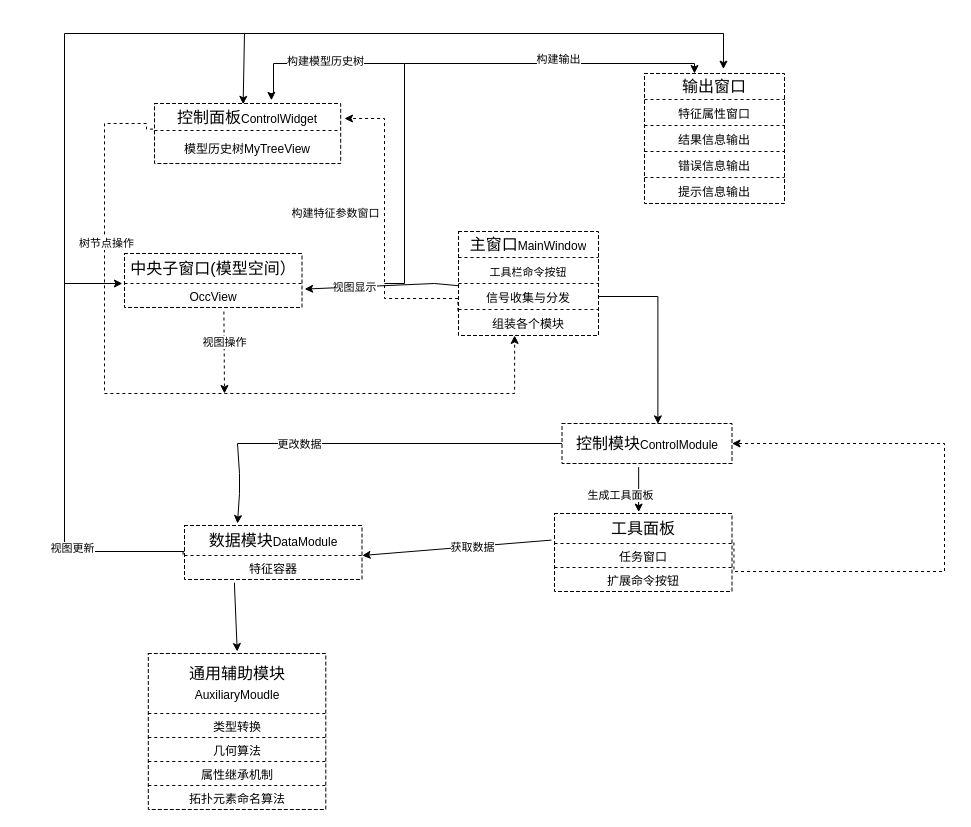
Above: mvc详解架构.drawio in liuhuliuhu123/First-test (draw.io), before the change. Source tidied: cells renumbered, new cells numbered last; positions are measured from the earlier drawing's top-left corner, leaving out a move shared by most shapes. Both pictures are drawn from the tidied source at 100%, with x=0, y=0 at pixel (64, 33).
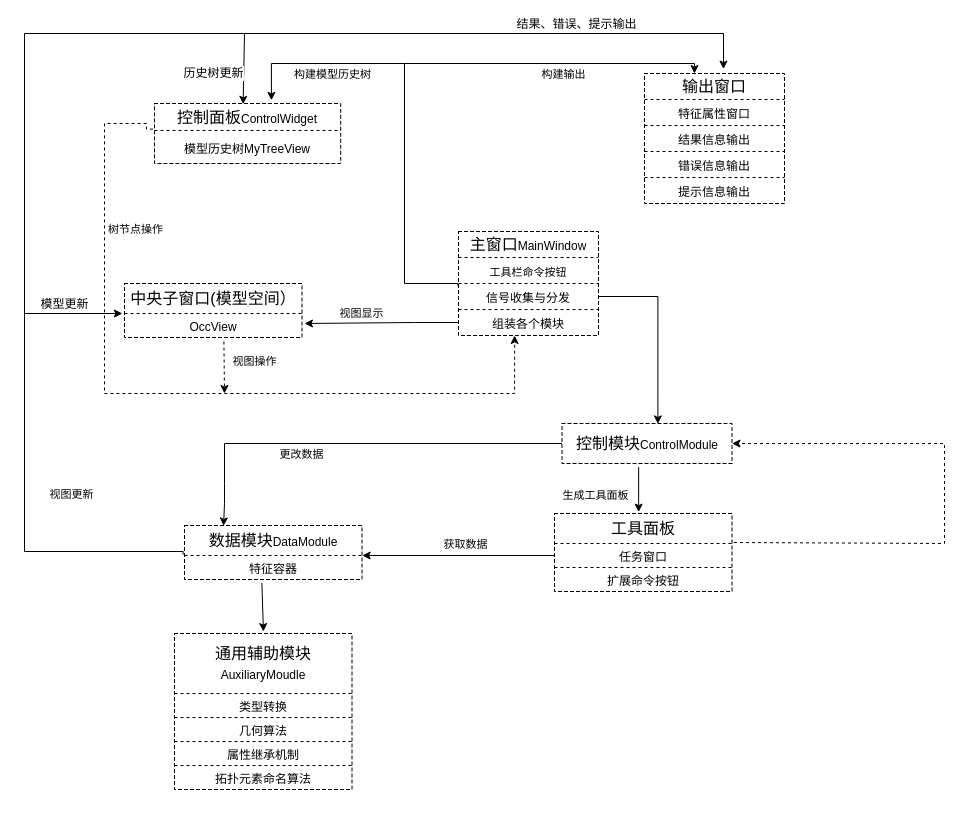
The same diagram, later.

Commit message (it also covers changes not shown here):
更新mvc详解架构.drawio

The change refers to these unchanged cells:
```xml
<mxCell id="7" style="endArrow=classic;html=1;rounded=0;edgeStyle=orthogonalEdgeStyle;entryX=0.357;entryY=0;entryDx=0;entryDy=0;entryPerimeter=0;" parent="1" edge="1" target="28">
  <mxGeometry relative="1" as="geometry">
    <mxPoint x="340" y="30" as="sourcePoint" />
    <Array as="points">
      <mxPoint x="630" y="30" />
    </Array>
  </mxGeometry>
</mxCell>
<mxCell id="9" style="endArrow=classic;html=1;rounded=0;edgeStyle=orthogonalEdgeStyle;dashed=1;entryX=0.401;entryY=1;entryDx=0;entryDy=0;entryPerimeter=0;exitX=-0.008;exitY=-0.042;exitDx=0;exitDy=0;exitPerimeter=0;" parent="1" edge="1" source="73" target="45">
  <mxGeometry relative="1" as="geometry">
    <Array as="points">
      <mxPoint x="82" y="90" />
      <mxPoint x="40" y="90" />
      <mxPoint x="40" y="360" />
      <mxPoint x="450" y="360" />
    </Array>
  </mxGeometry>
</mxCell>
<mxCell id="11" style="endArrow=classic;html=1;rounded=0;exitX=0.56;exitY=1.167;exitDx=0;exitDy=0;dashed=1;exitPerimeter=0;" parent="1" edge="1" source="68">
  <mxGeometry relative="1" as="geometry">
    <mxPoint x="160" y="360" as="targetPoint" />
  </mxGeometry>
</mxCell>
<mxCell id="18" style="endArrow=classic;html=1;rounded=0;exitX=0.451;exitY=1.09;exitDx=0;exitDy=0;entryX=0.474;entryY=-0.047;entryDx=0;entryDy=0;entryPerimeter=0;exitPerimeter=0;" parent="1" edge="1" source="81" target="59">
  <mxGeometry relative="1" as="geometry" />
</mxCell>
<mxCell id="26" style="endArrow=classic;html=1;rounded=0;entryX=0.476;entryY=0.03;entryDx=0;entryDy=0;entryPerimeter=0;" parent="1" edge="1" target="71">
  <mxGeometry relative="1" as="geometry">
    <mxPoint x="180" as="sourcePoint" />
  </mxGeometry>
</mxCell>
<mxCell id="28" style="shape=tableRow;horizontal=0;startSize=0;swimlaneHead=0;swimlaneBody=0;strokeColor=inherit;top=0;left=0;bottom=0;right=0;fillColor=none;points=[[0,0.5],[1,0.5]];portConstraint=eastwest;fontSize=16;" parent="27" vertex="1">
  <mxGeometry width="140" height="26" as="geometry" />
</mxCell>
<mxCell id="43" style="shape=tableRow;horizontal=0;startSize=0;swimlaneHead=0;swimlaneBody=0;strokeColor=inherit;top=0;left=0;bottom=0;right=0;fillColor=none;points=[[0,0.5],[1,0.5]];portConstraint=eastwest;fontSize=16;" parent="38" vertex="1">
  <mxGeometry y="52" width="140" height="26" as="geometry" />
</mxCell>
<mxCell id="45" style="shape=tableRow;horizontal=0;startSize=0;swimlaneHead=0;swimlaneBody=0;strokeColor=inherit;top=0;left=0;bottom=0;right=0;fillColor=none;points=[[0,0.5],[1,0.5]];portConstraint=eastwest;fontSize=16;" parent="38" vertex="1">
  <mxGeometry y="78" width="140" height="26" as="geometry" />
</mxCell>
<mxCell id="48" style="shape=tableRow;horizontal=0;startSize=0;swimlaneHead=0;swimlaneBody=0;strokeColor=inherit;top=0;left=0;bottom=0;right=0;fillColor=none;points=[[0,0.5],[1,0.5]];portConstraint=eastwest;fontSize=16;" parent="47" vertex="1">
  <mxGeometry width="177.5" height="60" as="geometry" />
</mxCell>
<mxCell id="59" style="shape=tableRow;horizontal=0;startSize=0;swimlaneHead=0;swimlaneBody=0;strokeColor=inherit;top=0;left=0;bottom=0;right=0;fillColor=none;points=[[0,0.5],[1,0.5]];portConstraint=eastwest;fontSize=16;" parent="58" vertex="1">
  <mxGeometry width="177.5" height="30" as="geometry" />
</mxCell>
<mxCell id="61" style="shape=tableRow;horizontal=0;startSize=0;swimlaneHead=0;swimlaneBody=0;strokeColor=inherit;top=0;left=0;bottom=0;right=0;fillColor=none;points=[[0,0.5],[1,0.5]];portConstraint=eastwest;fontSize=16;" parent="58" vertex="1">
  <mxGeometry y="30" width="177.5" height="24" as="geometry" />
</mxCell>
<mxCell id="68" style="shape=tableRow;horizontal=0;startSize=0;swimlaneHead=0;swimlaneBody=0;strokeColor=inherit;top=0;left=0;bottom=0;right=0;fillColor=none;points=[[0,0.5],[1,0.5]];portConstraint=eastwest;fontSize=16;" parent="65" vertex="1">
  <mxGeometry y="30" width="177.5" height="24" as="geometry" />
</mxCell>
<mxCell id="71" style="shape=tableRow;horizontal=0;startSize=0;swimlaneHead=0;swimlaneBody=0;strokeColor=inherit;top=0;left=0;bottom=0;right=0;fillColor=none;points=[[0,0.5],[1,0.5]];portConstraint=eastwest;fontSize=16;" parent="70" vertex="1">
  <mxGeometry width="186.2" height="27" as="geometry" />
</mxCell>
<mxCell id="76" style="shape=tableRow;horizontal=0;startSize=0;swimlaneHead=0;swimlaneBody=0;strokeColor=inherit;top=0;left=0;bottom=0;right=0;fillColor=none;points=[[0,0.5],[1,0.5]];portConstraint=eastwest;fontSize=16;" parent="75" vertex="1">
  <mxGeometry width="177.5" height="30" as="geometry" />
</mxCell>
<mxCell id="78" style="shape=tableRow;horizontal=0;startSize=0;swimlaneHead=0;swimlaneBody=0;strokeColor=inherit;top=0;left=0;bottom=0;right=0;fillColor=none;points=[[0,0.5],[1,0.5]];portConstraint=eastwest;fontSize=16;" parent="75" vertex="1">
  <mxGeometry y="30" width="177.5" height="24" as="geometry" />
</mxCell>
<mxCell id="81" style="shape=tableRow;horizontal=0;startSize=0;swimlaneHead=0;swimlaneBody=0;strokeColor=inherit;top=0;left=0;bottom=0;right=0;fillColor=none;points=[[0,0.5],[1,0.5]];portConstraint=eastwest;fontSize=16;" parent="80" vertex="1">
  <mxGeometry width="170" height="40" as="geometry" />
</mxCell>
```

The edit, as a diff of the source:
```diff
@@
-    <mxCell id="2" style="endArrow=classic;html=1;rounded=0;exitX=0.281;exitY=1.133;exitDx=0;exitDy=0;entryX=0.501;entryY=-0.033;entryDx=0;entryDy=0;entryPerimeter=0;exitPerimeter=0;" parent="1" edge="1" source="78" target="48">
+    <mxCell id="2" style="endArrow=classic;html=1;rounded=0;exitX=0.436;exitY=1.133;exitDx=0;exitDy=0;entryX=0.501;entryY=-0.033;entryDx=0;entryDy=0;entryPerimeter=0;exitPerimeter=0;" parent="1" edge="1" source="78" target="48">
       <mxGeometry relative="1" as="geometry" />
     </mxCell>
-    <mxCell id="3" style="endArrow=classic;html=1;rounded=0;exitX=0.013;exitY=0.092;exitDx=0;exitDy=0;entryX=1.015;entryY=0.233;entryDx=0;entryDy=0;exitPerimeter=0;entryPerimeter=0;" parent="1" edge="1" source="43" target="68">
+    <mxCell id="3" style="endArrow=classic;html=1;rounded=0;exitX=0;exitY=0.5;exitDx=0;exitDy=0;" parent="1" edge="1" source="45">
       <mxGeometry relative="1" as="geometry">
+        <mxPoint x="240" y="290" as="targetPoint" />
         <Array as="points">
-          <mxPoint x="370" y="250" />
+          <mxPoint x="350" y="289" />
         </Array>
       </mxGeometry>
     </mxCell>
     <mxCell id="4" value="视图显示" style="edgeLabel;html=1;align=center;verticalAlign=middle;" parent="3" vertex="1">
       <mxGeometry x="0.44" y="-3" relative="1" as="geometry">
-        <mxPoint x="6" y="3" as="offset" />
+        <mxPoint x="14" y="-7" as="offset" />
       </mxGeometry>
     </mxCell>
-    <mxCell id="5" style="endArrow=classic;html=1;rounded=0;entryX=0.628;entryY=-0.119;entryDx=0;entryDy=0;entryPerimeter=0;edgeStyle=orthogonalEdgeStyle;" parent="1" edge="1" target="71">
+    <mxCell id="5" style="endArrow=classic;html=1;rounded=0;entryX=0.628;entryY=-0.119;entryDx=0;entryDy=0;entryPerimeter=0;edgeStyle=orthogonalEdgeStyle;exitX=-0.004;exitY=0.092;exitDx=0;exitDy=0;exitPerimeter=0;" parent="1" edge="1" source="43" target="71">
       <mxGeometry relative="1" as="geometry">
-        <mxPoint x="320" y="250" as="sourcePoint" />
         <Array as="points">
+          <mxPoint x="393" y="250" />
           <mxPoint x="340" y="250" />
           <mxPoint x="340" y="30" />
-          <mxPoint x="209" y="30" />
-          <mxPoint x="209" y="60" />
-          <mxPoint x="207" y="60" />
+          <mxPoint x="207" y="30" />
         </Array>
       </mxGeometry>
     </mxCell>
     <mxCell id="6" value="构建模型历史树" style="edgeLabel;html=1;align=center;verticalAlign=middle;" parent="5" vertex="1">
-      <mxGeometry x="0.56" y="-3" relative="1" as="geometry" />
+      <mxGeometry x="0.56" y="-3" relative="1" as="geometry">
+        <mxPoint y="13" as="offset" />
+      </mxGeometry>
     </mxCell>
@@
     <mxCell id="8" value="构建输出" style="edgeLabel;html=1;align=center;verticalAlign=middle;" parent="7" vertex="1">
-      <mxGeometry x="0.02" y="5" relative="1" as="geometry" />
+      <mxGeometry x="0.02" y="5" relative="1" as="geometry">
+        <mxPoint x="5" y="15" as="offset" />
+      </mxGeometry>
     </mxCell>
@@
     <mxCell id="10" value="树节点操作" style="edgeLabel;html=1;align=center;verticalAlign=middle;" parent="9" vertex="1">
-      <mxGeometry x="-0.56" y="1" relative="1" as="geometry" />
+      <mxGeometry x="-0.56" y="1" relative="1" as="geometry">
+        <mxPoint x="29" y="-14" as="offset" />
+      </mxGeometry>
     </mxCell>
@@
     <mxCell id="12" value="视图操作" style="edgeLabel;html=1;align=center;verticalAlign=middle;" parent="11" vertex="1">
-      <mxGeometry x="-0.28" relative="1" as="geometry" />
+      <mxGeometry x="-0.28" relative="1" as="geometry">
+        <mxPoint x="30" as="offset" />
+      </mxGeometry>
     </mxCell>
@@
-    <mxCell id="14" style="endArrow=classic;html=1;rounded=0;exitX=-0.004;exitY=0.046;exitDx=0;exitDy=0;edgeStyle=orthogonalEdgeStyle;dashed=1;exitPerimeter=0;" parent="1" edge="1" source="45">
-      <mxGeometry relative="1" as="geometry">
-        <mxPoint x="280" y="85" as="targetPoint" />
-        <Array as="points">
-          <mxPoint x="393" y="265" />
-          <mxPoint x="320" y="265" />
-          <mxPoint x="320" y="85" />
-        </Array>
-      </mxGeometry>
-    </mxCell>
-    <mxCell id="15" value="构建特征参数窗口" style="edgeLabel;html=1;align=center;verticalAlign=middle;" parent="14" vertex="1">
-      <mxGeometry x="-0.16" y="4" relative="1" as="geometry">
-        <mxPoint x="-46" y="-43" as="offset" />
-      </mxGeometry>
-    </mxCell>
-    <mxCell id="16" style="endArrow=classic;html=1;rounded=0;exitX=0;exitY=0.5;exitDx=0;exitDy=0;" parent="1" edge="1" source="81">
+    <mxCell id="16" style="endArrow=classic;html=1;rounded=0;exitX=0;exitY=0.5;exitDx=0;exitDy=0;entryX=0.22;entryY=0.013;entryDx=0;entryDy=0;entryPerimeter=0;" parent="1" edge="1" source="81" target="76">
       <mxGeometry relative="1" as="geometry">
-        <mxPoint x="173" y="490" as="targetPoint" />
         <Array as="points">
-          <mxPoint x="173" y="410" />
-          <mxPoint x="175" y="440" />
-          <mxPoint x="175" y="460" />
+          <mxPoint x="160" y="410" />
+          <mxPoint x="160" y="450" />
+          <mxPoint x="160" y="470" />
         </Array>
       </mxGeometry>
     </mxCell>
     <mxCell id="17" value="更改数据" style="edgeLabel;html=1;align=center;verticalAlign=middle;" parent="16" vertex="1">
-      <mxGeometry x="0.3" relative="1" as="geometry" />
+      <mxGeometry x="0.3" relative="1" as="geometry">
+        <mxPoint x="12" y="10" as="offset" />
+      </mxGeometry>
     </mxCell>
@@
     <mxCell id="19" value="生成工具面板" style="edgeLabel;html=1;align=center;verticalAlign=middle;" parent="18" vertex="1">
       <mxGeometry x="0.12" y="-1" relative="1" as="geometry">
-        <mxPoint x="-18" y="3" as="offset" />
+        <mxPoint x="-43" y="3" as="offset" />
       </mxGeometry>
     </mxCell>
     <mxCell id="20" style="endArrow=classic;html=1;rounded=0;exitX=1.011;exitY=0.967;exitDx=0;exitDy=0;entryX=1;entryY=0.5;entryDx=0;entryDy=0;dashed=1;edgeStyle=orthogonalEdgeStyle;exitPerimeter=0;" parent="1" edge="1" source="59" target="81">
       <mxGeometry relative="1" as="geometry">
         <Array as="points">
-          <mxPoint x="670" y="538" />
-          <mxPoint x="880" y="538" />
+          <mxPoint x="880" y="510" />
           <mxPoint x="880" y="410" />
         </Array>
       </mxGeometry>
     </mxCell>
-    <mxCell id="21" style="endArrow=classic;html=1;rounded=0;entryX=1.001;entryY=0;entryDx=0;entryDy=0;entryPerimeter=0;exitX=-0.017;exitY=0.887;exitDx=0;exitDy=0;exitPerimeter=0;" parent="1" edge="1" source="59" target="78">
+    <mxCell id="21" style="endArrow=classic;html=1;rounded=0;entryX=1.001;entryY=0;entryDx=0;entryDy=0;entryPerimeter=0;exitX=0;exitY=0.5;exitDx=0;exitDy=0;" parent="1" edge="1" source="61" target="78">
       <mxGeometry relative="1" as="geometry" />
     </mxCell>
     <mxCell id="22" value="获取数据" style="edgeLabel;html=1;align=center;verticalAlign=middle;" parent="21" vertex="1">
-      <mxGeometry x="-0.16" relative="1" as="geometry" />
+      <mxGeometry x="-0.16" relative="1" as="geometry">
+        <mxPoint x="-9" y="-12" as="offset" />
+      </mxGeometry>
     </mxCell>
     <mxCell id="23" style="endArrow=classic;html=1;rounded=0;edgeStyle=orthogonalEdgeStyle;entryX=0.564;entryY=-0.169;entryDx=0;entryDy=0;entryPerimeter=0;exitX=-0.008;exitY=0.973;exitDx=0;exitDy=0;exitPerimeter=0;" parent="1" edge="1" source="76" target="28">
       <mxGeometry relative="1" as="geometry">
         <Array as="points">
-          <mxPoint x="169" y="518" />
-          <mxPoint y="518" />
-          <mxPoint />
-          <mxPoint x="660" />
+          <mxPoint x="119" y="518" />
+          <mxPoint x="-40" y="518" />
+          <mxPoint x="-40" />
+          <mxPoint x="659" />
         </Array>
       </mxGeometry>
     </mxCell>
     <mxCell id="24" value="视图更新" style="edgeLabel;html=1;align=center;verticalAlign=middle;" parent="23" vertex="1">
-      <mxGeometry x="-0.7" y="-4" relative="1" as="geometry" />
+      <mxGeometry x="-0.7" y="-4" relative="1" as="geometry">
+        <mxPoint x="42" y="-7" as="offset" />
+      </mxGeometry>
     </mxCell>
+    <mxCell id="83" value="结果、错误、提示输出" style="edgeLabel;html=1;align=center;verticalAlign=middle;fontSize=12;" parent="23" vertex="1">
+      <mxGeometry x="0.89" y="-3" relative="1" as="geometry">
+        <mxPoint x="-106" y="-13" as="offset" />
+      </mxGeometry>
+    </mxCell>
     <mxCell id="25" style="endArrow=classic;html=1;rounded=0;entryX=-0.012;entryY=0;entryDx=0;entryDy=0;entryPerimeter=0;" parent="1" edge="1" target="68">
       <mxGeometry relative="1" as="geometry">
-        <mxPoint y="250" as="sourcePoint" />
+        <mxPoint x="-40" y="280" as="sourcePoint" />
       </mxGeometry>
     </mxCell>
+    <mxCell id="84" value="模型更新" style="edgeLabel;html=1;align=center;verticalAlign=middle;fontSize=12;" parent="25" vertex="1">
+      <mxGeometry x="-0.46" y="1" relative="1" as="geometry">
+        <mxPoint x="13" y="-9" as="offset" />
+      </mxGeometry>
+    </mxCell>
@@
+    <mxCell id="85" value="历史树更新" style="edgeLabel;html=1;align=center;verticalAlign=middle;fontSize=12;" parent="26" vertex="1">
+      <mxGeometry x="-0.3" y="-2" relative="1" as="geometry">
+        <mxPoint x="-29" y="15" as="offset" />
+      </mxGeometry>
+    </mxCell>
@@
     <mxCell id="47" style="shape=table;startSize=0;childLayout=tableLayout;fontSize=16;dashed=1;" parent="1" vertex="1">
-      <mxGeometry x="83.8" y="620" width="177.5" height="156" as="geometry" />
+      <mxGeometry x="110" y="600" width="177.5" height="156" as="geometry" />
     </mxCell>
@@
     <mxCell id="65" style="shape=table;startSize=0;childLayout=tableLayout;fontSize=16;dashed=1;" parent="1" vertex="1">
-      <mxGeometry x="60" y="220" width="177.5" height="54" as="geometry" />
+      <mxGeometry x="60" y="250" width="177.5" height="54" as="geometry" />
     </mxCell>
```
